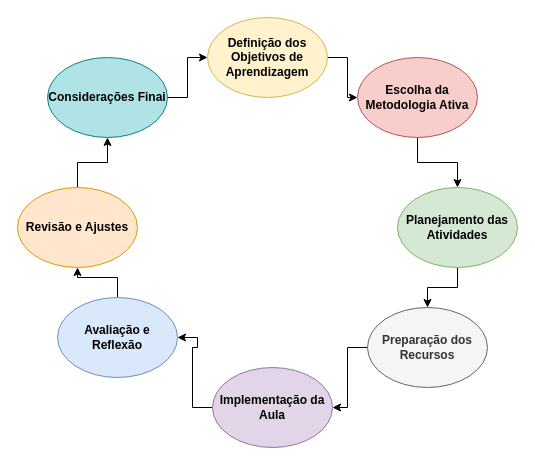
RosianeSangali/RosianeSangali keeps this draw.io diagram as etapas do plano de aula.drawio. Above is the earlier version. Source tidied: cells renumbered, new cells numbered last; positions are measured from the earlier drawing's top-left corner, leaving out a move shared by most shapes. Both pictures are drawn from the tidied source at 100%, with x=0, y=0 at pixel (17, 17).
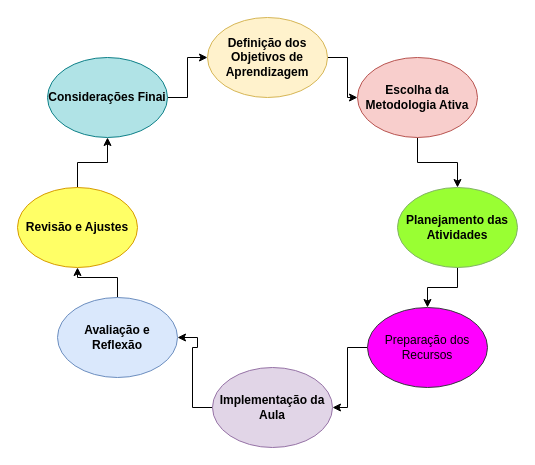
Above is the later version.

The edit, as a diff of the source:
```diff
@@
 <mxGraphModel>
   <root>
     <mxCell id="0" />
     <mxCell id="1" parent="0" />
     <mxCell id="2" style="edgeStyle=orthogonalEdgeStyle;rounded=0;jettySize=auto;html=1;" parent="1" edge="1" source="3" target="7">
       <mxGeometry relative="1" as="geometry" />
     </mxCell>
     <mxCell id="3" value="&lt;b&gt;Definição dos Objetivos de Aprendizagem&lt;/b&gt;" style="ellipse;whiteSpace=wrap;html=1;fillColor=#fff2cc;strokeColor=#d6b656;" parent="1" vertex="1">
       <mxGeometry x="190" width="120" height="80" as="geometry" />
     </mxCell>
     <mxCell id="4" style="edgeStyle=orthogonalEdgeStyle;rounded=0;jettySize=auto;html=1;" parent="1" edge="1" source="5" target="11">
       <mxGeometry relative="1" as="geometry" />
     </mxCell>
-    <mxCell id="5" value="&lt;b&gt;Planejamento das Atividades&lt;/b&gt;" style="ellipse;whiteSpace=wrap;html=1;fillColor=#d5e8d4;strokeColor=#82b366;" parent="1" vertex="1">
+    <mxCell id="5" value="&lt;b&gt;Planejamento das Atividades&lt;/b&gt;" style="ellipse;whiteSpace=wrap;html=1;fillColor=#99FF33;strokeColor=#82b366;" parent="1" vertex="1">
       <mxGeometry x="380" y="170" width="120" height="80" as="geometry" />
     </mxCell>
     <mxCell id="6" style="edgeStyle=orthogonalEdgeStyle;rounded=0;jettySize=auto;html=1;" parent="1" edge="1" source="7" target="5">
       <mxGeometry relative="1" as="geometry" />
     </mxCell>
     <mxCell id="7" value="&lt;b&gt;Escolha da Metodologia Ativa&lt;/b&gt;" style="ellipse;whiteSpace=wrap;html=1;fillColor=#f8cecc;strokeColor=#b85450;" parent="1" vertex="1">
       <mxGeometry x="340" y="40" width="120" height="80" as="geometry" />
     </mxCell>
     <mxCell id="8" style="edgeStyle=orthogonalEdgeStyle;rounded=0;jettySize=auto;html=1;" parent="1" edge="1" source="9" target="3">
       <mxGeometry relative="1" as="geometry" />
     </mxCell>
     <mxCell id="9" value="&lt;b&gt;Considerações Finai&lt;/b&gt;" style="ellipse;whiteSpace=wrap;html=1;fillColor=#b0e3e6;strokeColor=#0e8088;" parent="1" vertex="1">
       <mxGeometry x="30" y="40" width="120" height="80" as="geometry" />
     </mxCell>
     <mxCell id="10" style="edgeStyle=orthogonalEdgeStyle;rounded=0;jettySize=auto;html=1;" parent="1" edge="1" source="11" target="17">
       <mxGeometry relative="1" as="geometry" />
     </mxCell>
-    <mxCell id="11" value="&lt;b&gt;Preparação dos Recursos&lt;/b&gt;" style="ellipse;whiteSpace=wrap;html=1;fillColor=#f5f5f5;fontColor=#333333;strokeColor=#666666;" parent="1" vertex="1">
+    <mxCell id="11" value="Preparação dos Recursos" style="ellipse;whiteSpace=wrap;html=1;fillColor=#FF00FF;strokeColor=#36393d;" parent="1" vertex="1">
       <mxGeometry x="350" y="290" width="120" height="80" as="geometry" />
     </mxCell>
     <mxCell id="12" style="edgeStyle=orthogonalEdgeStyle;rounded=0;jettySize=auto;html=1;" parent="1" edge="1" source="13" target="9">
       <mxGeometry relative="1" as="geometry" />
     </mxCell>
-    <mxCell id="13" value="&lt;b&gt;Revisão e Ajustes&lt;/b&gt;" style="ellipse;whiteSpace=wrap;html=1;fillColor=#ffe6cc;strokeColor=#d79b00;" parent="1" vertex="1">
+    <mxCell id="13" value="&lt;b&gt;Revisão e Ajustes&lt;/b&gt;" style="ellipse;whiteSpace=wrap;html=1;fillColor=#FFFF66;strokeColor=#d79b00;" parent="1" vertex="1">
       <mxGeometry y="170" width="120" height="80" as="geometry" />
     </mxCell>
     <mxCell id="14" style="edgeStyle=orthogonalEdgeStyle;rounded=0;jettySize=auto;html=1;" parent="1" edge="1" source="15" target="13">
       <mxGeometry relative="1" as="geometry" />
     </mxCell>
     <mxCell id="15" value="&lt;b&gt;Avaliação e Reflexão&lt;/b&gt;" style="ellipse;whiteSpace=wrap;html=1;fillColor=#dae8fc;strokeColor=#6c8ebf;" parent="1" vertex="1">
       <mxGeometry x="40" y="280" width="120" height="80" as="geometry" />
     </mxCell>
     <mxCell id="16" style="edgeStyle=orthogonalEdgeStyle;rounded=0;jettySize=auto;html=1;" parent="1" edge="1" source="17" target="15">
       <mxGeometry relative="1" as="geometry" />
     </mxCell>
     <mxCell id="17" value="&lt;b&gt;Implementação da Aula&lt;/b&gt;" style="ellipse;whiteSpace=wrap;html=1;fillColor=#e1d5e7;strokeColor=#9673a6;" parent="1" vertex="1">
       <mxGeometry x="195" y="350" width="120" height="80" as="geometry" />
     </mxCell>
   </root>
 </mxGraphModel>
```
